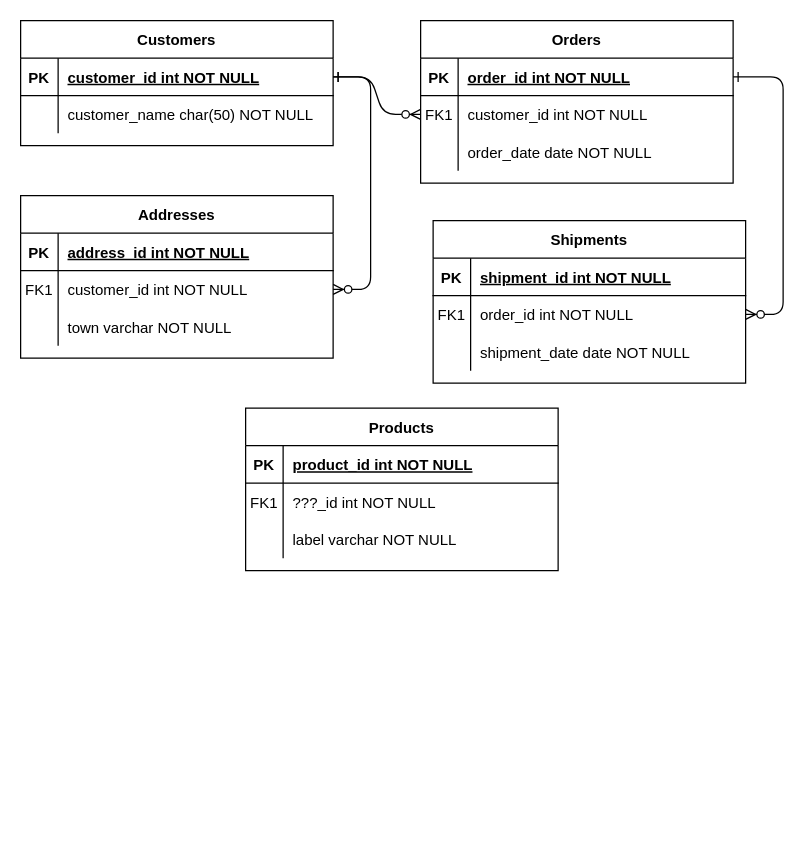
This is My E-Commerce diagram.drawio.xml from JakubJenc/My-E-Commerce, a draw.io file, before an edit. Source tidied: cells renumbered, new cells numbered last; positions are measured from the earlier drawing's top-left corner, leaving out a move shared by most shapes. Both pictures are drawn from the tidied source at 125%, with x=0, y=0 at pixel (20, 20).
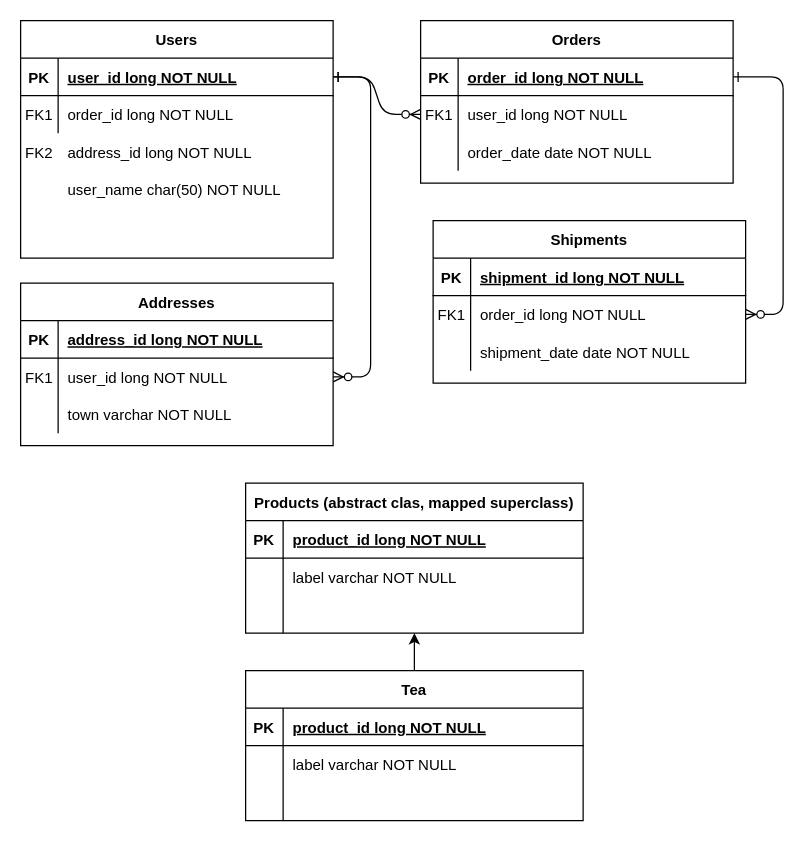
After the change.

Commit message:
Database relations diagram basic stuff finished

Unchanged cells that the change refers to:
```xml
<mxCell id="5" style="shape=partialRectangle;fillColor=none;points=[[0,0.5],[1,0.5]];portConstraint=eastwest;top=0;left=0;right=0;bottom=1;" parent="4" vertex="1">
  <mxGeometry y="30" width="250" height="30" as="geometry" />
</mxCell>
<mxCell id="8" style="shape=partialRectangle;fillColor=none;points=[[0,0.5],[1,0.5]];portConstraint=eastwest;top=0;left=0;right=0;bottom=0;" parent="4" vertex="1">
  <mxGeometry y="60" width="250" height="30" as="geometry" />
</mxCell>
<mxCell id="15" style="shape=partialRectangle;fillColor=none;top=0;left=0;right=0;bottom=1;" parent="14" vertex="1">
  <mxGeometry y="30" width="250" height="30" as="geometry" />
</mxCell>
<mxCell id="18" style="shape=partialRectangle;fillColor=none;points=[[0,0.5],[1,0.5]];portConstraint=eastwest;top=0;left=0;right=0;bottom=0;" parent="14" vertex="1">
  <mxGeometry y="60" width="250" height="30" as="geometry" />
</mxCell>
<mxCell id="25" style="shape=partialRectangle;fillColor=none;points=[[0,0.5],[1,0.5]];portConstraint=eastwest;top=0;left=0;right=0;bottom=1;" parent="24" vertex="1">
  <mxGeometry y="30" width="250" height="30" as="geometry" />
</mxCell>
<mxCell id="32" style="shape=partialRectangle;fillColor=none;top=0;left=0;right=0;bottom=1;" parent="31" vertex="1">
  <mxGeometry y="30" width="250" height="30" as="geometry" />
</mxCell>
<mxCell id="35" style="shape=partialRectangle;fillColor=none;points=[[0,0.5],[1,0.5]];portConstraint=eastwest;top=0;left=0;right=0;bottom=0;" parent="31" vertex="1">
  <mxGeometry y="60" width="250" height="30" as="geometry" />
</mxCell>
```

The edit, as a diff of the source:
```diff
@@
-    <mxCell id="6" value="PK" style="shape=partialRectangle;overflow=hidden;fillColor=none;top=0;left=0;bottom=0;right=0;fontStyle=1;" parent="5" vertex="1">
+    <mxCell id="6" value="PK" style="shape=partialRectangle;overflow=hidden;fillColor=none;top=0;left=0;bottom=0;right=0;fontStyle=1;strokeColor=#000000;perimeterSpacing=0;" parent="5" vertex="1">
       <mxGeometry width="30" height="30" as="geometry" />
     </mxCell>
-    <mxCell id="7" value="order_id int NOT NULL " style="shape=partialRectangle;overflow=hidden;fillColor=none;top=0;left=0;bottom=0;right=0;align=left;spacingLeft=6;fontStyle=5;" parent="5" vertex="1">
+    <mxCell id="7" value="order_id long NOT NULL " style="shape=partialRectangle;overflow=hidden;fillColor=none;top=0;left=0;bottom=0;right=0;align=left;spacingLeft=6;fontStyle=5;strokeColor=#000000;perimeterSpacing=0;" parent="5" vertex="1">
       <mxGeometry x="30" width="220" height="30" as="geometry" />
     </mxCell>
@@
-    <mxCell id="10" value="customer_id int NOT NULL" style="shape=partialRectangle;overflow=hidden;fillColor=none;top=0;left=0;bottom=0;right=0;align=left;spacingLeft=6;" parent="8" vertex="1">
+    <mxCell id="10" value="user_id long NOT NULL" style="shape=partialRectangle;overflow=hidden;fillColor=none;top=0;left=0;bottom=0;right=0;align=left;spacingLeft=6;" parent="8" vertex="1">
       <mxGeometry x="30" width="220" height="30" as="geometry" />
     </mxCell>
@@
-    <mxCell id="17" value="shipment_id int NOT NULL " style="shape=partialRectangle;overflow=hidden;fillColor=none;top=0;left=0;bottom=0;right=0;align=left;spacingLeft=6;fontStyle=5;" parent="15" vertex="1">
+    <mxCell id="17" value="shipment_id long NOT NULL " style="shape=partialRectangle;overflow=hidden;fillColor=none;top=0;left=0;bottom=0;right=0;align=left;spacingLeft=6;fontStyle=5;" parent="15" vertex="1">
       <mxGeometry x="30" width="220" height="30" as="geometry" />
     </mxCell>
@@
-    <mxCell id="20" value="order_id int NOT NULL" style="shape=partialRectangle;overflow=hidden;fillColor=none;top=0;left=0;bottom=0;right=0;align=left;spacingLeft=6;" parent="18" vertex="1">
+    <mxCell id="20" value="order_id long NOT NULL" style="shape=partialRectangle;overflow=hidden;fillColor=none;top=0;left=0;bottom=0;right=0;align=left;spacingLeft=6;" parent="18" vertex="1">
       <mxGeometry x="30" width="220" height="30" as="geometry" />
     </mxCell>
@@
-    <mxCell id="24" value="Customers" style="shape=table;startSize=30;childLayout=tableLayout;rowLines=0;fontStyle=1;align=center;" parent="1" vertex="1">
-      <mxGeometry width="250" height="100" as="geometry" />
+    <mxCell id="24" value="Users" style="shape=table;startSize=30;childLayout=tableLayout;rowLines=0;fontStyle=1;align=center;" parent="1" vertex="1">
+      <mxGeometry width="250" height="190" as="geometry" />
     </mxCell>
@@
-    <mxCell id="27" value="customer_id int NOT NULL " style="shape=partialRectangle;overflow=hidden;fillColor=none;top=0;left=0;bottom=0;right=0;align=left;spacingLeft=6;fontStyle=5;" parent="25" vertex="1">
+    <mxCell id="27" value="user_id long NOT NULL " style="shape=partialRectangle;overflow=hidden;fillColor=none;top=0;left=0;bottom=0;right=0;align=left;spacingLeft=6;fontStyle=5;" parent="25" vertex="1">
       <mxGeometry x="30" width="220" height="30" as="geometry" />
     </mxCell>
-    <mxCell id="28" style="shape=partialRectangle;fillColor=none;top=0;left=0;right=0;bottom=0;" parent="24" vertex="1">
+    <mxCell id="28" style="shape=partialRectangle;fillColor=none;top=0;left=0;right=0;bottom=0;strokeColor=#000000;" parent="24" vertex="1">
       <mxGeometry y="60" width="250" height="30" as="geometry" />
     </mxCell>
@@
-    <mxCell id="30" value="customer_name char(50) NOT NULL" style="shape=partialRectangle;overflow=hidden;fillColor=none;top=0;left=0;bottom=0;right=0;align=left;spacingLeft=6;" parent="28" vertex="1">
+    <mxCell id="30" value="order_id long NOT NULL" style="shape=partialRectangle;overflow=hidden;fillColor=none;top=0;left=0;bottom=0;right=0;align=left;spacingLeft=6;" parent="28" vertex="1">
       <mxGeometry x="30" width="220" height="30" as="geometry" />
     </mxCell>
     <mxCell id="31" value="Addresses" style="shape=table;startSize=30;childLayout=tableLayout;rowLines=0;fontStyle=1;align=center;" parent="1" vertex="1">
-      <mxGeometry y="140" width="250" height="130" as="geometry" />
+      <mxGeometry y="210" width="250" height="130" as="geometry" />
     </mxCell>
@@
-    <mxCell id="34" value="address_id int NOT NULL " style="shape=partialRectangle;overflow=hidden;fillColor=none;top=0;left=0;bottom=0;right=0;align=left;spacingLeft=6;fontStyle=5;" parent="32" vertex="1">
+    <mxCell id="34" value="address_id long NOT NULL " style="shape=partialRectangle;overflow=hidden;fillColor=none;top=0;left=0;bottom=0;right=0;align=left;spacingLeft=6;fontStyle=5;" parent="32" vertex="1">
       <mxGeometry x="30" width="220" height="30" as="geometry" />
     </mxCell>
@@
-    <mxCell id="37" value="customer_id int NOT NULL" style="shape=partialRectangle;overflow=hidden;fillColor=none;top=0;left=0;bottom=0;right=0;align=left;spacingLeft=6;" parent="35" vertex="1">
+    <mxCell id="37" value="user_id long NOT NULL" style="shape=partialRectangle;overflow=hidden;fillColor=none;top=0;left=0;bottom=0;right=0;align=left;spacingLeft=6;" parent="35" vertex="1">
       <mxGeometry x="30" width="220" height="30" as="geometry" />
     </mxCell>
@@
-    <mxCell id="42" value="Products" style="shape=table;startSize=30;childLayout=tableLayout;rowLines=0;fontStyle=1;align=center;" parent="1" vertex="1">
-      <mxGeometry x="180" y="310" width="250" height="130" as="geometry" />
+    <mxCell id="42" value="Products (abstract clas, mapped superclass)" style="shape=table;startSize=30;childLayout=tableLayout;rowLines=0;fontStyle=1;align=center;" parent="1" vertex="1">
+      <mxGeometry x="180" y="370" width="270" height="120" as="geometry" />
     </mxCell>
     <mxCell id="43" style="shape=partialRectangle;fillColor=none;top=0;left=0;right=0;bottom=1;" parent="42" vertex="1">
-      <mxGeometry y="30" width="250" height="30" as="geometry" />
+      <mxGeometry y="30" width="270" height="30" as="geometry" />
     </mxCell>
@@
-    <mxCell id="45" value="product_id int NOT NULL " style="shape=partialRectangle;overflow=hidden;fillColor=none;top=0;left=0;bottom=0;right=0;align=left;spacingLeft=6;fontStyle=5;" parent="43" vertex="1">
-      <mxGeometry x="30" width="220" height="30" as="geometry" />
+    <mxCell id="45" value="product_id long NOT NULL " style="shape=partialRectangle;overflow=hidden;fillColor=none;top=0;left=0;bottom=0;right=0;align=left;spacingLeft=6;fontStyle=5;" parent="43" vertex="1">
+      <mxGeometry x="30" width="240" height="30" as="geometry" />
     </mxCell>
+    <mxCell id="49" style="shape=partialRectangle;fillColor=none;top=0;left=0;right=0;bottom=0;" parent="42" vertex="1">
+      <mxGeometry y="60" width="270" height="30" as="geometry" />
+    </mxCell>
+    <mxCell id="50" style="shape=partialRectangle;overflow=hidden;fillColor=none;top=0;left=0;bottom=0;right=0;" parent="49" vertex="1">
+      <mxGeometry width="30" height="30" as="geometry" />
+    </mxCell>
+    <mxCell id="51" value="label varchar NOT NULL" style="shape=partialRectangle;overflow=hidden;fillColor=none;top=0;left=0;bottom=0;right=0;align=left;spacingLeft=6;" parent="49" vertex="1">
+      <mxGeometry x="30" width="240" height="30" as="geometry" />
+    </mxCell>
     <mxCell id="46" style="shape=partialRectangle;fillColor=none;points=[[0,0.5],[1,0.5]];portConstraint=eastwest;top=0;left=0;right=0;bottom=0;" parent="42" vertex="1">
-      <mxGeometry y="60" width="250" height="30" as="geometry" />
+      <mxGeometry y="90" width="270" height="30" as="geometry" />
     </mxCell>
-    <mxCell id="47" value="FK1" style="shape=partialRectangle;overflow=hidden;fillColor=none;top=0;left=0;bottom=0;right=0;" parent="46" vertex="1">
+    <mxCell id="47" style="shape=partialRectangle;overflow=hidden;fillColor=none;top=0;left=0;bottom=0;right=0;" parent="46" vertex="1">
       <mxGeometry width="30" height="30" as="geometry" />
     </mxCell>
-    <mxCell id="48" value="???_id int NOT NULL" style="shape=partialRectangle;overflow=hidden;fillColor=none;top=0;left=0;bottom=0;right=0;align=left;spacingLeft=6;" parent="46" vertex="1">
-      <mxGeometry x="30" width="220" height="30" as="geometry" />
+    <mxCell id="48" style="shape=partialRectangle;overflow=hidden;fillColor=none;top=0;left=0;bottom=0;right=0;align=left;spacingLeft=6;" parent="46" vertex="1">
+      <mxGeometry x="30" width="240" height="30" as="geometry" />
     </mxCell>
-    <mxCell id="49" style="shape=partialRectangle;fillColor=none;top=0;left=0;right=0;bottom=0;" parent="42" vertex="1">
-      <mxGeometry y="90" width="250" height="30" as="geometry" />
-    </mxCell>
-    <mxCell id="50" style="shape=partialRectangle;overflow=hidden;fillColor=none;top=0;left=0;bottom=0;right=0;" parent="49" vertex="1">
-      <mxGeometry width="30" height="30" as="geometry" />
-    </mxCell>
-    <mxCell id="51" value="label varchar NOT NULL" style="shape=partialRectangle;overflow=hidden;fillColor=none;top=0;left=0;bottom=0;right=0;align=left;spacingLeft=6;" parent="49" vertex="1">
-      <mxGeometry x="30" width="220" height="30" as="geometry" />
-    </mxCell>
+    <mxCell id="52" value="address_id long NOT NULL" style="shape=partialRectangle;overflow=hidden;fillColor=none;top=0;left=0;bottom=0;right=0;align=left;spacingLeft=6;" parent="1" vertex="1">
+      <mxGeometry x="30" y="90" width="220" height="30" as="geometry" />
+    </mxCell>
+    <mxCell id="53" value="FK1" style="shape=partialRectangle;overflow=hidden;fillColor=none;top=0;left=0;bottom=0;right=0;fontStyle=0;" parent="1" vertex="1">
+      <mxGeometry y="60" width="30" height="30" as="geometry" />
+    </mxCell>
+    <mxCell id="54" value="user_name char(50) NOT NULL" style="shape=partialRectangle;overflow=hidden;fillColor=none;top=0;left=0;bottom=0;right=0;align=left;spacingLeft=6;" parent="1" vertex="1">
+      <mxGeometry x="30" y="120" width="220" height="30" as="geometry" />
+    </mxCell>
+    <mxCell id="55" value="FK2" style="shape=partialRectangle;overflow=hidden;fillColor=none;top=0;left=0;bottom=0;right=0;fontStyle=0;" parent="1" vertex="1">
+      <mxGeometry y="90" width="30" height="30" as="geometry" />
+    </mxCell>
+    <mxCell id="56" style="edgeStyle=orthogonalEdgeStyle;rounded=0;jettySize=auto;html=1;" parent="1" edge="1" source="57" target="46">
+      <mxGeometry relative="1" as="geometry">
+        <Array as="points">
+          <mxPoint x="315" y="500" />
+          <mxPoint x="315" y="500" />
+        </Array>
+      </mxGeometry>
+    </mxCell>
+    <mxCell id="57" value="Tea" style="shape=table;startSize=30;childLayout=tableLayout;rowLines=0;fontStyle=1;align=center;" parent="1" vertex="1">
+      <mxGeometry x="180" y="520" width="270" height="120" as="geometry" />
+    </mxCell>
+    <mxCell id="58" style="shape=partialRectangle;fillColor=none;top=0;left=0;right=0;bottom=1;" parent="57" vertex="1">
+      <mxGeometry y="30" width="270" height="30" as="geometry" />
+    </mxCell>
+    <mxCell id="59" value="PK" style="shape=partialRectangle;overflow=hidden;fillColor=none;top=0;left=0;bottom=0;right=0;fontStyle=1;" parent="58" vertex="1">
+      <mxGeometry width="30" height="30" as="geometry" />
+    </mxCell>
+    <mxCell id="60" value="product_id long NOT NULL " style="shape=partialRectangle;overflow=hidden;fillColor=none;top=0;left=0;bottom=0;right=0;align=left;spacingLeft=6;fontStyle=5;" parent="58" vertex="1">
+      <mxGeometry x="30" width="240" height="30" as="geometry" />
+    </mxCell>
+    <mxCell id="61" style="shape=partialRectangle;fillColor=none;top=0;left=0;right=0;bottom=0;" parent="57" vertex="1">
+      <mxGeometry y="60" width="270" height="30" as="geometry" />
+    </mxCell>
+    <mxCell id="62" style="shape=partialRectangle;overflow=hidden;fillColor=none;top=0;left=0;bottom=0;right=0;" parent="61" vertex="1">
+      <mxGeometry width="30" height="30" as="geometry" />
+    </mxCell>
+    <mxCell id="63" value="label varchar NOT NULL" style="shape=partialRectangle;overflow=hidden;fillColor=none;top=0;left=0;bottom=0;right=0;align=left;spacingLeft=6;" parent="61" vertex="1">
+      <mxGeometry x="30" width="240" height="30" as="geometry" />
+    </mxCell>
+    <mxCell id="64" style="shape=partialRectangle;fillColor=none;top=0;left=0;right=0;bottom=0;" parent="57" vertex="1">
+      <mxGeometry y="90" width="270" height="30" as="geometry" />
+    </mxCell>
+    <mxCell id="65" style="shape=partialRectangle;overflow=hidden;fillColor=none;top=0;left=0;bottom=0;right=0;" parent="64" vertex="1">
+      <mxGeometry width="30" height="30" as="geometry" />
+    </mxCell>
+    <mxCell id="66" style="shape=partialRectangle;overflow=hidden;fillColor=none;top=0;left=0;bottom=0;right=0;align=left;spacingLeft=6;" parent="64" vertex="1">
+      <mxGeometry x="30" width="240" height="30" as="geometry" />
+    </mxCell>
```
